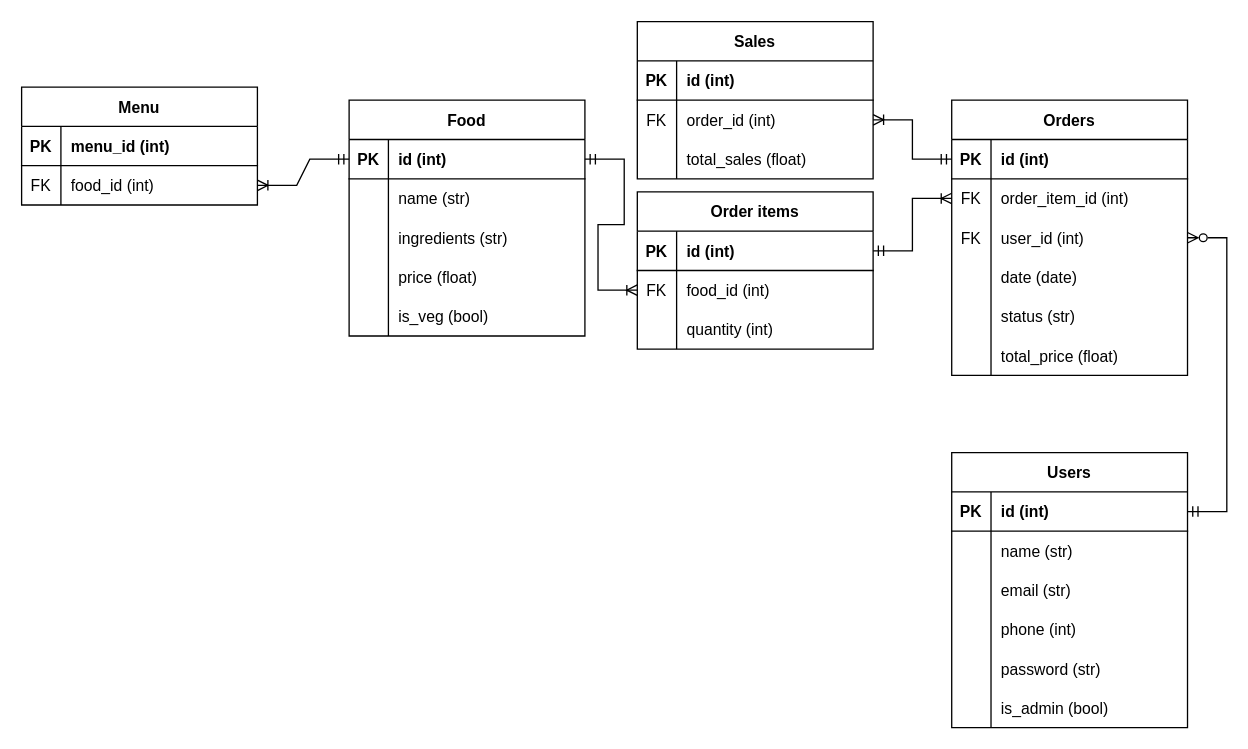
This is docs/ERD.drawio from john-masters/T2A2, a draw.io file, before an edit. Source tidied: cells renumbered, new cells numbered last; positions are measured from the earlier drawing's top-left corner, leaving out a move shared by most shapes. Both pictures are drawn from the tidied source at 131%, with x=0, y=0 at pixel (21, 21).
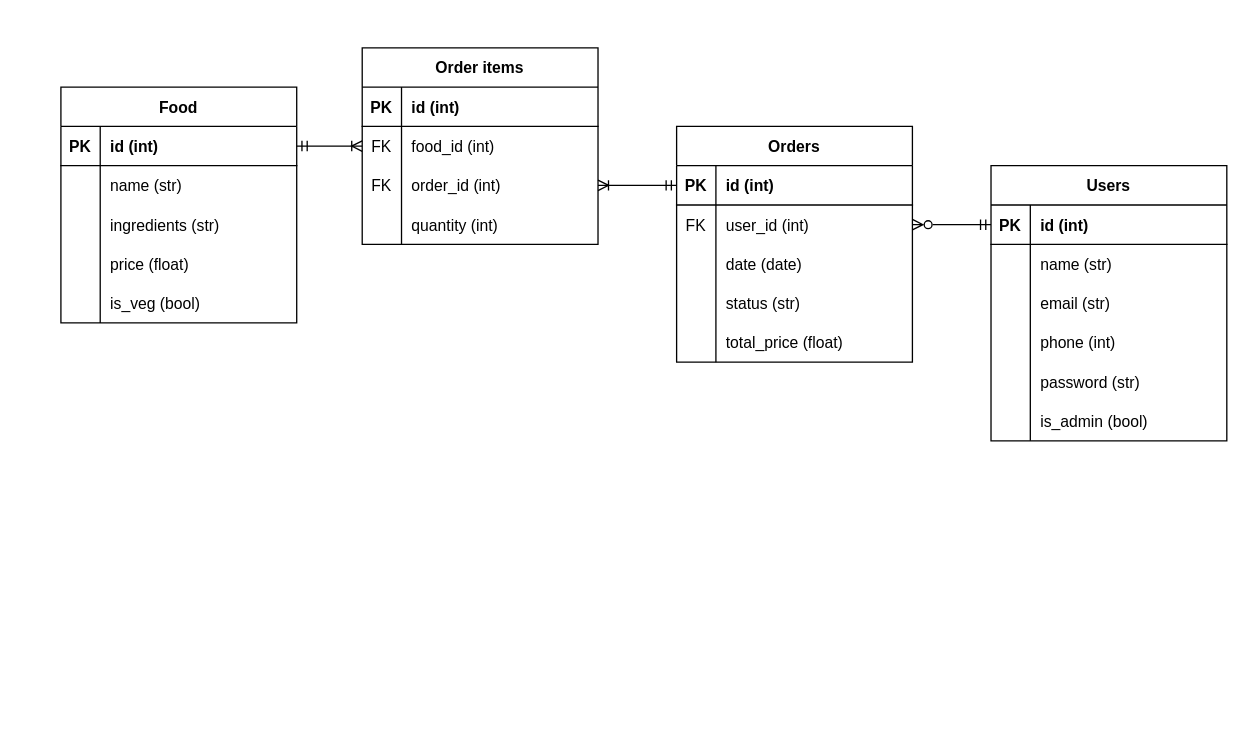
After the change.

The change refers to these unchanged cells:
```xml
<mxCell id="10" style="shape=tableRow;horizontal=0;startSize=0;swimlaneHead=0;swimlaneBody=0;fillColor=none;points=[[0,0.5],[1,0.5]];portConstraint=eastwest;top=0;left=0;right=0;bottom=1;" parent="9" vertex="1">
  <mxGeometry y="30" width="180" height="30" as="geometry" />
</mxCell>
<mxCell id="26" style="shape=tableRow;horizontal=0;startSize=0;swimlaneHead=0;swimlaneBody=0;fillColor=none;points=[[0,0.5],[1,0.5]];portConstraint=eastwest;top=0;left=0;right=0;bottom=1;" parent="25" vertex="1">
  <mxGeometry y="30" width="180" height="30" as="geometry" />
</mxCell>
<mxCell id="46" style="shape=tableRow;horizontal=0;startSize=0;swimlaneHead=0;swimlaneBody=0;fillColor=none;points=[[0,0.5],[1,0.5]];portConstraint=eastwest;top=0;left=0;right=0;bottom=1;" parent="45" vertex="1">
  <mxGeometry y="30" width="180" height="30" as="geometry" />
</mxCell>
<mxCell id="77" style="shape=tableRow;horizontal=0;startSize=0;swimlaneHead=0;swimlaneBody=0;fillColor=none;points=[[0,0.5],[1,0.5]];portConstraint=eastwest;top=0;left=0;right=0;bottom=1;" parent="76" vertex="1">
  <mxGeometry y="30" width="180" height="30" as="geometry" />
</mxCell>
<mxCell id="83" style="shape=tableRow;horizontal=0;startSize=0;swimlaneHead=0;swimlaneBody=0;fillColor=none;points=[[0,0.5],[1,0.5]];portConstraint=eastwest;top=0;left=0;right=0;bottom=0;" parent="76" vertex="1">
  <mxGeometry y="90" width="180" height="30" as="geometry" />
</mxCell>
```

What changed in the source:
```diff
@@
-    <mxCell id="2" value="Menu" style="shape=table;startSize=30;childLayout=tableLayout;rowLines=0;fontStyle=1;align=center;" parent="1" vertex="1">
-      <mxGeometry y="50" width="180" height="90" as="geometry" />
-    </mxCell>
-    <mxCell id="3" style="shape=tableRow;horizontal=0;startSize=0;swimlaneHead=0;swimlaneBody=0;fillColor=none;top=0;left=0;right=0;bottom=1;" parent="2" vertex="1">
-      <mxGeometry y="30" width="180" height="30" as="geometry" />
-    </mxCell>
-    <mxCell id="4" value="PK" style="shape=partialRectangle;fillColor=none;top=0;left=0;bottom=0;right=0;fontStyle=1;overflow=hidden;" parent="3" vertex="1">
-      <mxGeometry width="30" height="30" as="geometry" />
-    </mxCell>
-    <mxCell id="5" value="menu_id (int)" style="shape=partialRectangle;fillColor=none;top=0;left=0;bottom=0;right=0;align=left;spacingLeft=6;fontStyle=1;overflow=hidden;" parent="3" vertex="1">
-      <mxGeometry x="30" width="150" height="30" as="geometry" />
-    </mxCell>
-    <mxCell id="6" style="shape=tableRow;horizontal=0;startSize=0;swimlaneHead=0;swimlaneBody=0;fillColor=none;points=[[0,0.5],[1,0.5]];portConstraint=eastwest;top=0;left=0;right=0;bottom=0;" parent="2" vertex="1">
-      <mxGeometry y="60" width="180" height="30" as="geometry" />
-    </mxCell>
-    <mxCell id="7" value="FK" style="shape=partialRectangle;fillColor=none;top=0;left=0;bottom=0;right=0;overflow=hidden;" parent="6" vertex="1">
-      <mxGeometry width="30" height="30" as="geometry" />
-    </mxCell>
-    <mxCell id="8" value="food_id (int)" style="shape=partialRectangle;fillColor=none;top=0;left=0;bottom=0;right=0;align=left;spacingLeft=6;overflow=hidden;" parent="6" vertex="1">
-      <mxGeometry x="30" width="150" height="30" as="geometry" />
-    </mxCell>
     <mxCell id="9" value="Food" style="shape=table;startSize=30;childLayout=tableLayout;rowLines=0;fontStyle=1;align=center;" parent="1" vertex="1">
-      <mxGeometry x="250" y="60" width="180" height="180" as="geometry" />
+      <mxGeometry x="30" y="50" width="180" height="180" as="geometry" />
     </mxCell>
@@
     <mxCell id="25" value="Orders" style="shape=table;startSize=30;childLayout=tableLayout;rowLines=0;fontStyle=1;align=center;" parent="1" vertex="1">
-      <mxGeometry x="710" y="60" width="180" height="210" as="geometry" />
+      <mxGeometry x="500" y="80" width="180" height="180" as="geometry" />
     </mxCell>
@@
-    <mxCell id="29" style="shape=tableRow;horizontal=0;startSize=0;swimlaneHead=0;swimlaneBody=0;fillColor=none;points=[[0,0.5],[1,0.5]];portConstraint=eastwest;top=0;left=0;right=0;bottom=0;" parent="25" vertex="1">
-      <mxGeometry y="60" width="180" height="30" as="geometry" />
-    </mxCell>
-    <mxCell id="30" value="FK" style="shape=partialRectangle;fillColor=none;top=0;left=0;bottom=0;right=0;overflow=hidden;" parent="29" vertex="1">
-      <mxGeometry width="30" height="30" as="geometry" />
-    </mxCell>
-    <mxCell id="31" value="order_item_id (int)" style="shape=partialRectangle;fillColor=none;top=0;left=0;bottom=0;right=0;align=left;spacingLeft=6;overflow=hidden;" parent="29" vertex="1">
-      <mxGeometry x="30" width="150" height="30" as="geometry" />
-    </mxCell>
     <mxCell id="32" style="shape=tableRow;horizontal=0;startSize=0;swimlaneHead=0;swimlaneBody=0;fillColor=none;points=[[0,0.5],[1,0.5]];portConstraint=eastwest;top=0;left=0;right=0;bottom=0;" parent="25" vertex="1">
-      <mxGeometry y="90" width="180" height="30" as="geometry" />
+      <mxGeometry y="60" width="180" height="30" as="geometry" />
     </mxCell>
@@
     <mxCell id="35" style="shape=tableRow;horizontal=0;startSize=0;swimlaneHead=0;swimlaneBody=0;fillColor=none;top=0;left=0;right=0;bottom=0;" parent="25" vertex="1">
-      <mxGeometry y="120" width="180" height="30" as="geometry" />
+      <mxGeometry y="90" width="180" height="30" as="geometry" />
     </mxCell>
@@
     <mxCell id="38" style="shape=tableRow;horizontal=0;startSize=0;swimlaneHead=0;swimlaneBody=0;fillColor=none;top=0;left=0;right=0;bottom=0;" parent="25" vertex="1">
-      <mxGeometry y="150" width="180" height="30" as="geometry" />
+      <mxGeometry y="120" width="180" height="30" as="geometry" />
     </mxCell>
@@
     <mxCell id="41" style="shape=tableRow;horizontal=0;startSize=0;swimlaneHead=0;swimlaneBody=0;fillColor=none;top=0;left=0;right=0;bottom=0;" parent="25" vertex="1">
-      <mxGeometry y="180" width="180" height="30" as="geometry" />
+      <mxGeometry y="150" width="180" height="30" as="geometry" />
     </mxCell>
@@
-    <mxCell id="44" style="edgeStyle=entityRelationEdgeStyle;fontSize=12;html=1;endArrow=ERoneToMany;startArrow=ERmandOne;rounded=0;exitX=1;exitY=0.5;exitDx=0;exitDy=0;entryX=0;entryY=0.5;entryDx=0;entryDy=0;" parent="1" edge="1" source="77" target="29">
-      <mxGeometry relative="1" as="geometry" />
-    </mxCell>
     <mxCell id="45" value="Users" style="shape=table;startSize=30;childLayout=tableLayout;rowLines=0;fontStyle=1;align=center;" parent="1" vertex="1">
-      <mxGeometry x="710" y="329" width="180" height="210" as="geometry" />
+      <mxGeometry x="740" y="110" width="180" height="210" as="geometry" />
     </mxCell>
@@
-    <mxCell id="64" value="Sales" style="shape=table;startSize=30;childLayout=tableLayout;rowLines=0;fontStyle=1;align=center;" parent="1" vertex="1">
-      <mxGeometry x="470" width="180" height="120" as="geometry" />
-    </mxCell>
-    <mxCell id="65" style="shape=tableRow;horizontal=0;startSize=0;swimlaneHead=0;swimlaneBody=0;fillColor=none;top=0;left=0;right=0;bottom=1;" parent="64" vertex="1">
-      <mxGeometry y="30" width="180" height="30" as="geometry" />
-    </mxCell>
-    <mxCell id="66" value="PK" style="shape=partialRectangle;fillColor=none;top=0;left=0;bottom=0;right=0;fontStyle=1;overflow=hidden;" parent="65" vertex="1">
-      <mxGeometry width="30" height="30" as="geometry" />
-    </mxCell>
-    <mxCell id="67" value="id (int)" style="shape=partialRectangle;fillColor=none;top=0;left=0;bottom=0;right=0;align=left;spacingLeft=6;fontStyle=1;overflow=hidden;" parent="65" vertex="1">
-      <mxGeometry x="30" width="150" height="30" as="geometry" />
-    </mxCell>
-    <mxCell id="68" style="shape=tableRow;horizontal=0;startSize=0;swimlaneHead=0;swimlaneBody=0;fillColor=none;points=[[0,0.5],[1,0.5]];portConstraint=eastwest;top=0;left=0;right=0;bottom=0;" parent="64" vertex="1">
-      <mxGeometry y="60" width="180" height="30" as="geometry" />
-    </mxCell>
-    <mxCell id="69" value="FK" style="shape=partialRectangle;fillColor=none;top=0;left=0;bottom=0;right=0;overflow=hidden;" parent="68" vertex="1">
-      <mxGeometry width="30" height="30" as="geometry" />
-    </mxCell>
-    <mxCell id="70" value="order_id (int)" style="shape=partialRectangle;fillColor=none;top=0;left=0;bottom=0;right=0;align=left;spacingLeft=6;overflow=hidden;" parent="68" vertex="1">
-      <mxGeometry x="30" width="150" height="30" as="geometry" />
-    </mxCell>
-    <mxCell id="71" style="shape=tableRow;horizontal=0;startSize=0;swimlaneHead=0;swimlaneBody=0;fillColor=none;top=0;left=0;right=0;bottom=0;" parent="64" vertex="1">
-      <mxGeometry y="90" width="180" height="30" as="geometry" />
-    </mxCell>
-    <mxCell id="72" style="shape=partialRectangle;fillColor=none;top=0;left=0;bottom=0;right=0;overflow=hidden;" parent="71" vertex="1">
-      <mxGeometry width="30" height="30" as="geometry" />
-    </mxCell>
-    <mxCell id="73" value="total_sales (float)" style="shape=partialRectangle;fillColor=none;top=0;left=0;bottom=0;right=0;align=left;spacingLeft=6;overflow=hidden;" parent="71" vertex="1">
-      <mxGeometry x="30" width="150" height="30" as="geometry" />
-    </mxCell>
-    <mxCell id="74" style="edgeStyle=entityRelationEdgeStyle;fontSize=12;html=1;endArrow=ERoneToMany;startArrow=ERmandOne;rounded=0;exitX=0;exitY=0.5;exitDx=0;exitDy=0;entryX=1;entryY=0.5;entryDx=0;entryDy=0;" parent="1" edge="1" source="26" target="68">
-      <mxGeometry relative="1" as="geometry" />
-    </mxCell>
-    <mxCell id="75" style="edgeStyle=entityRelationEdgeStyle;fontSize=12;html=1;endArrow=ERzeroToMany;startArrow=ERmandOne;rounded=0;entryX=1;entryY=0.5;entryDx=0;entryDy=0;exitX=1;exitY=0.5;exitDx=0;exitDy=0;endFill=0;" parent="1" edge="1" source="46" target="32">
+    <mxCell id="75" style="edgeStyle=entityRelationEdgeStyle;fontSize=12;html=1;endArrow=ERzeroToMany;startArrow=ERmandOne;rounded=0;entryX=1;entryY=0.5;entryDx=0;entryDy=0;exitX=0;exitY=0.5;exitDx=0;exitDy=0;endFill=0;" parent="1" edge="1" source="46" target="32">
       <mxGeometry relative="1" as="geometry" />
     </mxCell>
     <mxCell id="76" value="Order items" style="shape=table;startSize=30;childLayout=tableLayout;rowLines=0;fontStyle=1;align=center;" parent="1" vertex="1">
-      <mxGeometry x="470" y="130" width="180" height="120" as="geometry" />
+      <mxGeometry x="260" y="20" width="180" height="150" as="geometry" />
     </mxCell>
@@
-    <mxCell id="84" style="shape=partialRectangle;fillColor=none;top=0;left=0;bottom=0;right=0;overflow=hidden;" parent="83" vertex="1">
+    <mxCell id="84" value="FK" style="shape=partialRectangle;fillColor=none;top=0;left=0;bottom=0;right=0;overflow=hidden;" parent="83" vertex="1">
       <mxGeometry width="30" height="30" as="geometry" />
     </mxCell>
-    <mxCell id="85" value="quantity (int)" style="shape=partialRectangle;fillColor=none;top=0;left=0;bottom=0;right=0;align=left;spacingLeft=6;overflow=hidden;" parent="83" vertex="1">
+    <mxCell id="85" value="order_id (int)" style="shape=partialRectangle;fillColor=none;top=0;left=0;bottom=0;right=0;align=left;spacingLeft=6;overflow=hidden;" parent="83" vertex="1">
       <mxGeometry x="30" width="150" height="30" as="geometry" />
     </mxCell>
+    <mxCell id="88" style="shape=tableRow;horizontal=0;startSize=0;swimlaneHead=0;swimlaneBody=0;fillColor=none;top=0;left=0;right=0;bottom=0;" parent="76" vertex="1">
+      <mxGeometry y="120" width="180" height="30" as="geometry" />
+    </mxCell>
+    <mxCell id="72" style="shape=partialRectangle;fillColor=none;top=0;left=0;bottom=0;right=0;overflow=hidden;" parent="88" vertex="1">
+      <mxGeometry width="30" height="30" as="geometry" />
+    </mxCell>
+    <mxCell id="89" value="quantity (int)" style="shape=partialRectangle;fillColor=none;top=0;left=0;bottom=0;right=0;align=left;spacingLeft=6;overflow=hidden;" parent="88" vertex="1">
+      <mxGeometry x="30" width="150" height="30" as="geometry" />
+    </mxCell>
@@
-    <mxCell id="87" style="edgeStyle=entityRelationEdgeStyle;fontSize=12;html=1;endArrow=ERoneToMany;startArrow=ERmandOne;rounded=0;exitX=0;exitY=0.5;exitDx=0;exitDy=0;" parent="1" edge="1" source="10" target="6">
-      <mxGeometry relative="1" as="geometry" />
-    </mxCell>
+    <mxCell id="90" style="edgeStyle=entityRelationEdgeStyle;fontSize=12;html=1;endArrow=ERoneToMany;startArrow=ERmandOne;rounded=0;exitX=0;exitY=0.5;exitDx=0;exitDy=0;" parent="1" edge="1" source="26" target="83">
+      <mxGeometry relative="1" as="geometry" />
+    </mxCell>
```
